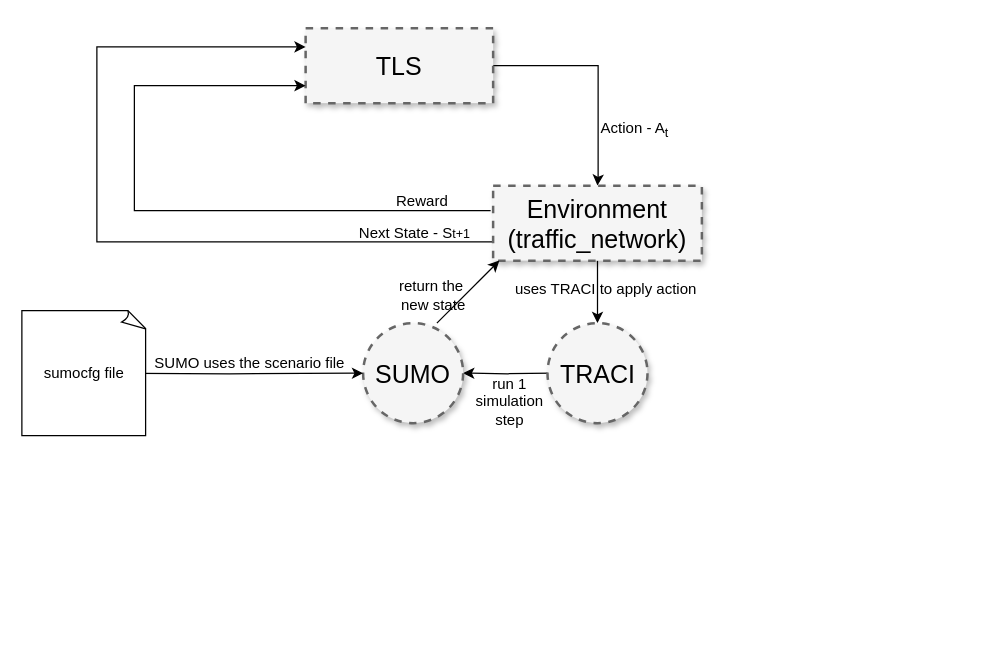
Before: block.drawio in nawafsalman456/DQN-for-TLS-control, a draw.io diagram. Source tidied: cells renumbered, new cells numbered last; positions are measured from the earlier drawing's top-left corner, leaving out a move shared by most shapes. Both pictures are drawn from the tidied source at 125%, with x=0, y=0 at pixel (21, 28).
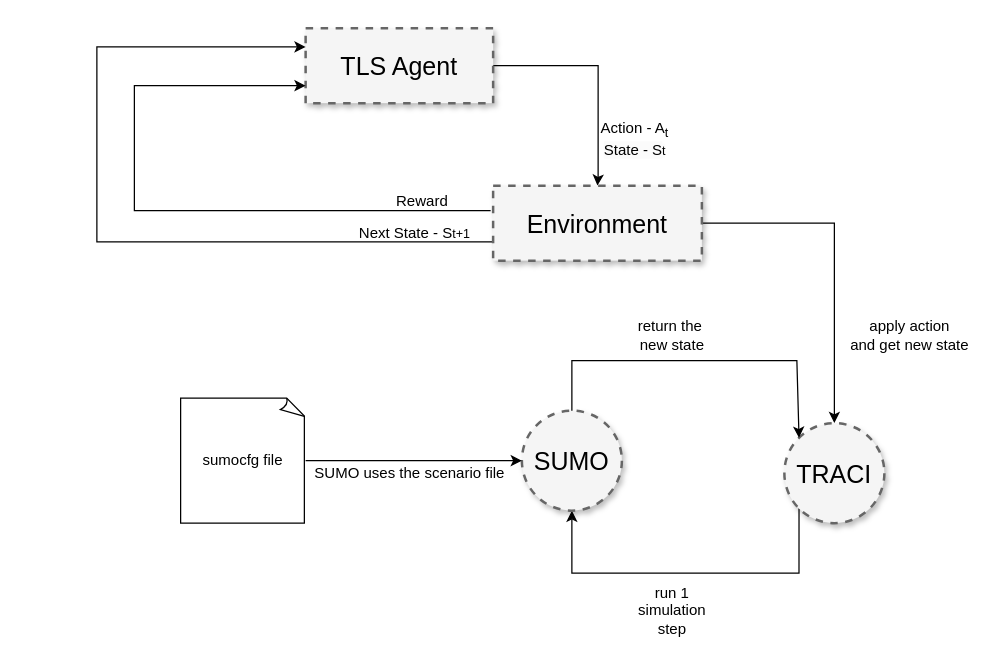
Above is the later version.

What changed in the source:
```diff
@@
-    <mxCell id="3" value="TLS" style="whiteSpace=wrap;html=1;shadow=1;fontSize=20;fillColor=#f5f5f5;strokeColor=#666666;strokeWidth=2;dashed=1;" parent="1" vertex="1">
+    <mxCell id="3" value="TLS Agent" style="whiteSpace=wrap;html=1;shadow=1;fontSize=20;fillColor=#f5f5f5;strokeColor=#666666;strokeWidth=2;dashed=1;" parent="1" vertex="1">
       <mxGeometry x="227" width="150" height="60" as="geometry" />
     </mxCell>
@@
-    <mxCell id="7" value="Environment&lt;div&gt;(traffic_network)&lt;/div&gt;" style="whiteSpace=wrap;html=1;shadow=1;fontSize=20;fillColor=#f5f5f5;strokeColor=#666666;strokeWidth=2;dashed=1;" parent="1" vertex="1">
+    <mxCell id="7" value="Environment" style="whiteSpace=wrap;html=1;shadow=1;fontSize=20;fillColor=#f5f5f5;strokeColor=#666666;strokeWidth=2;dashed=1;" parent="1" vertex="1">
       <mxGeometry x="377" y="126" width="167" height="60" as="geometry" />
     </mxCell>
-    <mxCell id="8" style="edgeStyle=orthogonalEdgeStyle;rounded=0;jettySize=auto;html=1;" parent="1" edge="1" target="10">
+    <mxCell id="8" style="edgeStyle=orthogonalEdgeStyle;rounded=0;jettySize=auto;html=1;exitX=0;exitY=1;exitDx=0;exitDy=0;" parent="1" edge="1" source="9" target="10">
       <mxGeometry relative="1" as="geometry">
-        <mxPoint x="424.5" y="276" as="sourcePoint" />
+        <Array as="points">
+          <mxPoint x="622" y="436" />
+          <mxPoint x="440" y="436" />
+        </Array>
       </mxGeometry>
     </mxCell>
     <mxCell id="9" value="TRACI" style="ellipse;whiteSpace=wrap;html=1;fontSize=20;fillColor=#f5f5f5;strokeColor=#666666;shadow=1;strokeWidth=2;dashed=1;" parent="1" vertex="1">
-      <mxGeometry x="420.5" y="236" width="80" height="80" as="geometry" />
+      <mxGeometry x="610" y="316" width="80" height="80" as="geometry" />
     </mxCell>
     <mxCell id="10" value="SUMO" style="ellipse;whiteSpace=wrap;html=1;fontSize=20;fillColor=#f5f5f5;strokeColor=#666666;shadow=1;strokeWidth=2;dashed=1;" parent="1" vertex="1">
-      <mxGeometry x="273" y="236" width="80" height="80" as="geometry" />
+      <mxGeometry x="400" y="306" width="80" height="80" as="geometry" />
     </mxCell>
-    <mxCell id="11" style="edgeStyle=orthogonalEdgeStyle;rounded=0;jettySize=auto;html=1;entryX=0;entryY=0.5;entryDx=0;entryDy=0;" parent="1" edge="1" target="10">
-      <mxGeometry relative="1" as="geometry">
-        <mxPoint x="58" y="276" as="sourcePoint" />
-      </mxGeometry>
-    </mxCell>
+    <mxCell id="21" style="edgeStyle=orthogonalEdgeStyle;rounded=0;jettySize=auto;html=1;exitX=1;exitY=0.5;exitDx=0;exitDy=0;exitPerimeter=0;entryX=0;entryY=0.5;entryDx=0;entryDy=0;" parent="1" edge="1" source="12" target="10">
+      <mxGeometry relative="1" as="geometry" />
+    </mxCell>
     <mxCell id="12" value="sumocfg file" style="whiteSpace=wrap;html=1;shape=mxgraph.basic.document;" parent="1" vertex="1">
-      <mxGeometry y="226" width="100" height="100" as="geometry" />
+      <mxGeometry x="127" y="296" width="100" height="100" as="geometry" />
     </mxCell>
-    <mxCell id="13" value="uses TRACI to apply action" style="text;html=1;align=center;verticalAlign=middle;strokeColor=none;fillColor=none;" parent="1" vertex="1">
-      <mxGeometry x="382" y="194" width="170" height="30" as="geometry" />
+    <mxCell id="13" value="apply action&lt;div&gt;and get new state&lt;/div&gt;" style="text;html=1;align=center;verticalAlign=middle;strokeColor=none;fillColor=none;" parent="1" vertex="1">
+      <mxGeometry x="650" y="226" width="120" height="40" as="geometry" />
     </mxCell>
@@
-    <mxCell id="17" style="endArrow=classic;html=1;rounded=0;" parent="1" edge="1">
+    <mxCell id="17" style="endArrow=classic;html=1;rounded=0;exitX=0.5;exitY=0;exitDx=0;exitDy=0;entryX=0;entryY=0;entryDx=0;entryDy=0;" parent="1" edge="1" source="10" target="9">
       <mxGeometry relative="1" as="geometry">
-        <mxPoint x="332" y="236" as="sourcePoint" />
-        <mxPoint x="382" y="186" as="targetPoint" />
+        <Array as="points">
+          <mxPoint x="440" y="266" />
+          <mxPoint x="620" y="266" />
+        </Array>
       </mxGeometry>
     </mxCell>
     <mxCell id="18" value="SUMO uses the scenario file" style="text;html=1;align=center;verticalAlign=middle;strokeColor=none;fillColor=none;" parent="1" vertex="1">
-      <mxGeometry x="92" y="253" width="180" height="30" as="geometry" />
+      <mxGeometry x="220" y="341" width="180" height="30" as="geometry" />
     </mxCell>
     <mxCell id="19" value="return the&amp;nbsp;&lt;div&gt;new state&lt;/div&gt;" style="text;html=1;align=center;verticalAlign=middle;strokeColor=none;fillColor=none;" parent="1" vertex="1">
-      <mxGeometry x="289" y="194" width="80" height="40" as="geometry" />
+      <mxGeometry x="480" y="226" width="80" height="40" as="geometry" />
     </mxCell>
     <mxCell id="20" value="run 1&lt;div&gt;simulation&lt;/div&gt;&lt;div&gt;step&lt;/div&gt;" style="text;html=1;align=center;verticalAlign=middle;strokeColor=none;fillColor=none;" parent="1" vertex="1">
-      <mxGeometry x="350" y="269" width="80" height="60" as="geometry" />
+      <mxGeometry x="480" y="436" width="80" height="60" as="geometry" />
     </mxCell>
+    <mxCell id="22" value="&lt;span style=&quot;forced-color-adjust: none; color: rgb(0, 0, 0); font-family: Helvetica; font-size: 12px; font-style: normal; font-variant-ligatures: normal; font-variant-caps: normal; font-weight: 400; letter-spacing: normal; orphans: 2; text-indent: 0px; text-transform: none; widows: 2; word-spacing: 0px; -webkit-text-stroke-width: 0px; white-space: nowrap; text-decoration-thickness: initial; text-decoration-style: initial; text-decoration-color: initial; text-align: center; background-color: rgb(251, 251, 251); float: none; display: inline !important;&quot;&gt;State - S&lt;/span&gt;&lt;span style=&quot;forced-color-adjust: none; color: rgb(0, 0, 0); font-family: Helvetica; font-style: normal; font-variant-ligatures: normal; font-variant-caps: normal; font-weight: 400; letter-spacing: normal; orphans: 2; text-indent: 0px; text-transform: none; widows: 2; word-spacing: 0px; -webkit-text-stroke-width: 0px; white-space: nowrap; text-decoration-thickness: initial; text-decoration-style: initial; text-decoration-color: initial; text-align: center; background-color: rgb(251, 251, 251); font-size: 10px;&quot;&gt;t&lt;/span&gt;" style="text;whiteSpace=wrap;html=1;" parent="1" vertex="1">
+      <mxGeometry x="464" y="84" width="80" height="40" as="geometry" />
+    </mxCell>
```
